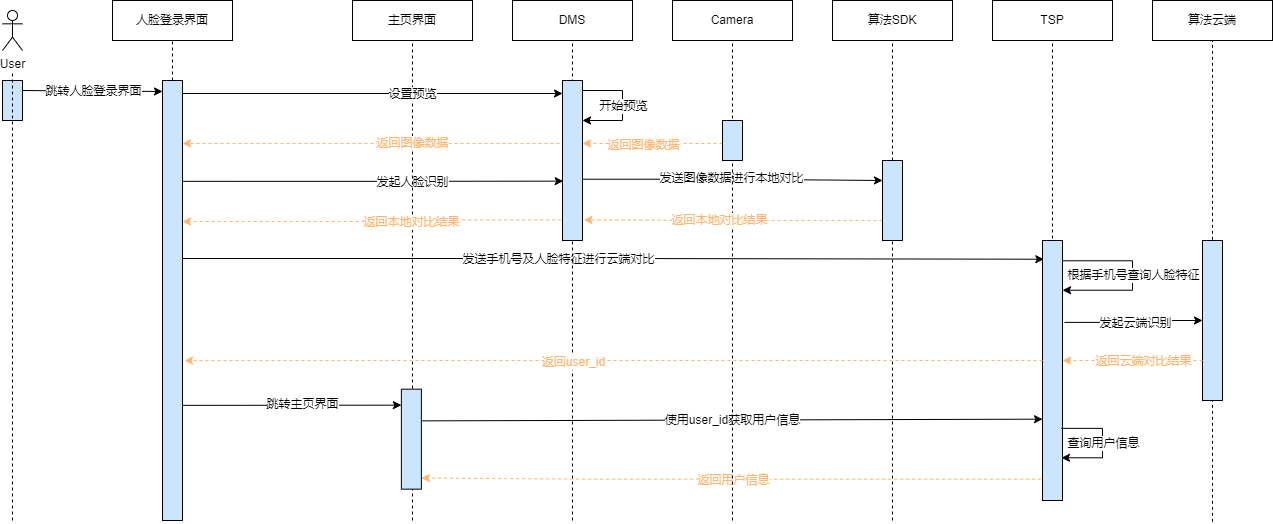
Earlier version of the draw.io export x9hp/人脸登录时序图.png (notigit/Image). Source tidied: cells renumbered, new cells last; positions are measured from the earlier drawing's top-left corner, leaving out a move shared by most shapes.
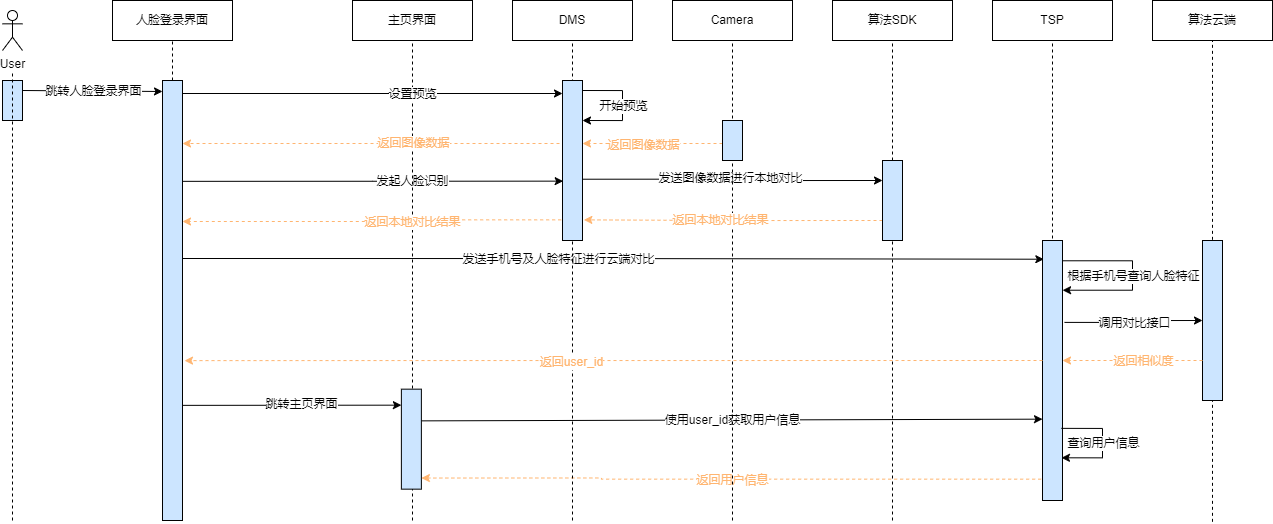
After the change.

Commit message:
更新人脸登录时序图.png

The edit, as a diff of the source:
```diff
@@ -49,7 +49,7 @@
     <mxCell id="13" style="edgeStyle=orthogonalEdgeStyle;rounded=0;jettySize=auto;html=1;exitX=1.1;exitY=0.315;exitDx=0;exitDy=0;entryX=0;entryY=0.5;entryDx=0;entryDy=0;fontColor=#000000;strokeColor=#000000;exitPerimeter=0;" parent="1" edge="1" source="15" target="54">
       <mxGeometry relative="1" as="geometry" />
     </mxCell>
-    <mxCell id="14" value="发起云端识别" style="edgeLabel;html=1;align=center;verticalAlign=middle;fontColor=#000000;" parent="13" vertex="1">
+    <mxCell id="14" value="调用对比接口" style="edgeLabel;html=1;align=center;verticalAlign=middle;fontColor=#000000;" parent="13" vertex="1">
       <mxGeometry x="-0.29" y="3" relative="1" as="geometry">
         <mxPoint x="20" y="3" as="offset" />
       </mxGeometry>
@@ -263,7 +263,7 @@
         <mxPoint x="1060" y="360" as="targetPoint" />
       </mxGeometry>
     </mxCell>
-    <mxCell id="59" value="返回云端对比结果" style="edgeLabel;html=1;align=center;verticalAlign=middle;fontColor=#FFB570;" parent="58" vertex="1">
+    <mxCell id="59" value="返回相似度" style="edgeLabel;html=1;align=center;verticalAlign=middle;fontColor=#FFB570;" parent="58" vertex="1">
       <mxGeometry x="0.1" relative="1" as="geometry">
         <mxPoint x="17" as="offset" />
       </mxGeometry>
```
